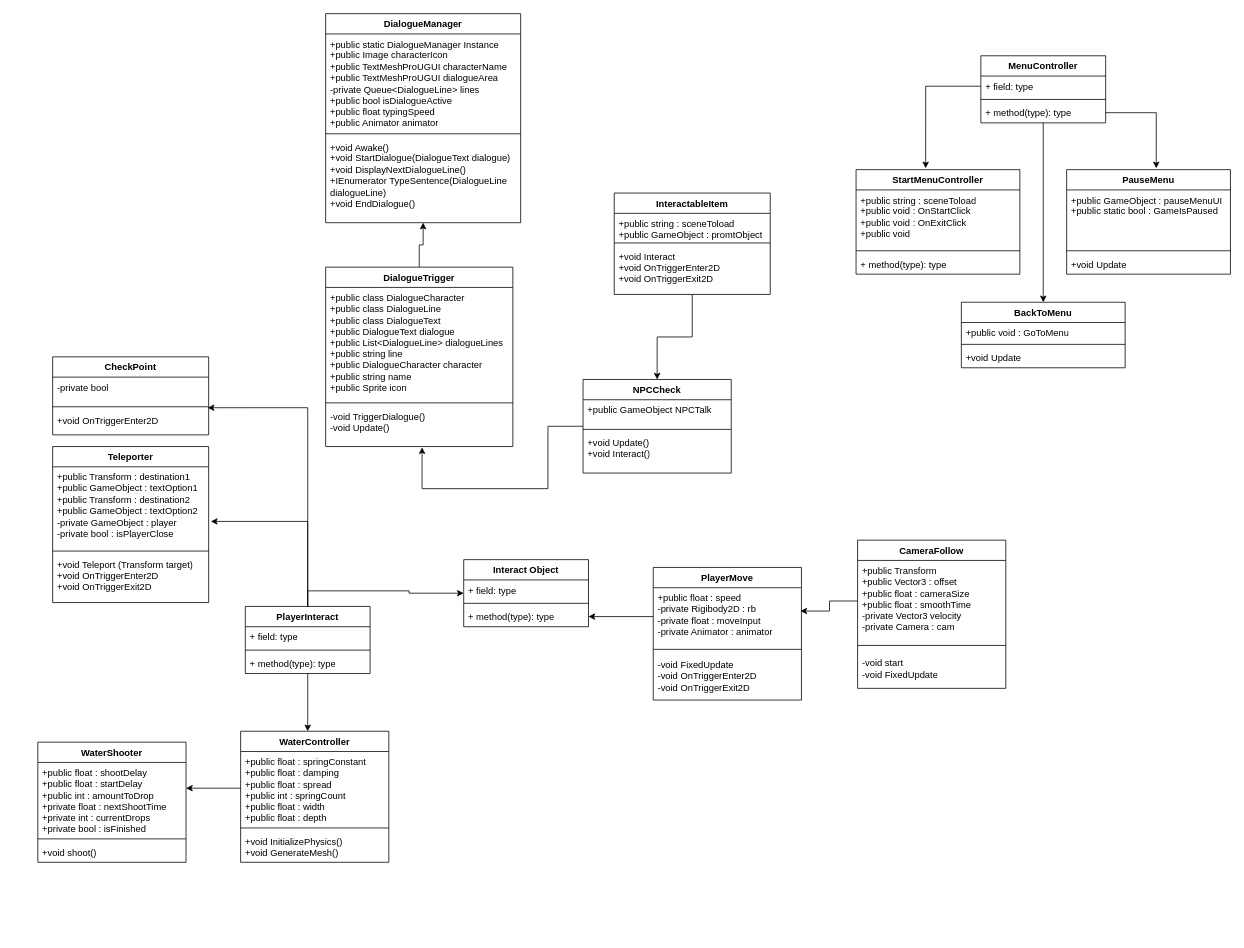
Earlier version of the draw.io diagram skibidi Diagram.drawio (Blindman2233/ForDiagram). Source tidied: cells renumbered, new cells numbered last; positions are measured from the earlier drawing's top-left corner, leaving out a move shared by most shapes. Both pictures are drawn from the tidied source at 78%, with x=0, y=0 at pixel (37, 13).
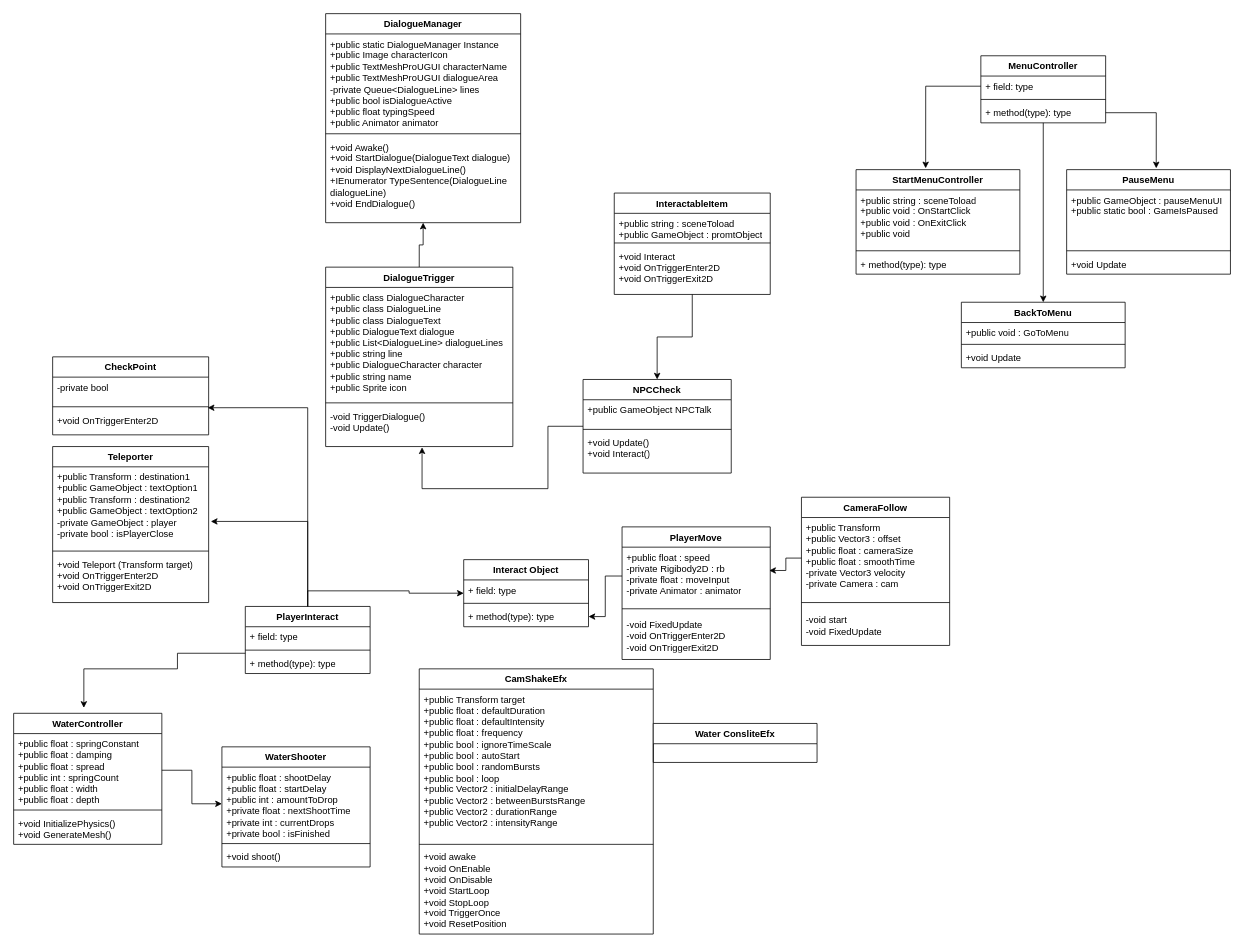
Above is the later version.

The change refers to these unchanged cells:
```xml
<mxCell id="3" value="+public float : shootDelay&lt;div&gt;+public float : startDelay&lt;/div&gt;&lt;div&gt;+public int : amountToDrop&lt;/div&gt;&lt;div&gt;+private float : nextShootTime&lt;/div&gt;&lt;div&gt;+private int : currentDrops&lt;/div&gt;&lt;div&gt;+private bool : isFinished&lt;/div&gt;" style="text;strokeColor=none;fillColor=none;align=left;verticalAlign=top;spacingLeft=4;spacingRight=4;overflow=hidden;points=[[0,0.5],[1,0.5]];portConstraint=eastwest;whiteSpace=wrap;html=1;" parent="2" vertex="1">
  <mxGeometry y="26" width="190" height="94" as="geometry" />
</mxCell>
<mxCell id="8" value="PlayerInteract" style="swimlane;fontStyle=1;align=center;verticalAlign=top;horizontal=1;startSize=26;whiteSpace=wrap;html=1;" parent="1" vertex="1">
  <mxGeometry x="266" y="760" width="160" height="86" as="geometry" />
</mxCell>
<mxCell id="21" value="&lt;div&gt;+public float : springConstant&amp;nbsp;&lt;/div&gt;&lt;div&gt;+public float : damping&amp;nbsp;&lt;/div&gt;&lt;div&gt;+public float : spread&amp;nbsp;&lt;/div&gt;&lt;div&gt;+public int : springCount&amp;nbsp;&lt;/div&gt;&lt;div&gt;+public float : width&amp;nbsp;&lt;/div&gt;&lt;div&gt;+public float : depth&amp;nbsp;&lt;/div&gt;" style="text;strokeColor=none;fillColor=none;align=left;verticalAlign=top;spacingLeft=4;spacingRight=4;overflow=hidden;points=[[0,0.5],[1,0.5]];portConstraint=eastwest;whiteSpace=wrap;html=1;" parent="20" vertex="1">
  <mxGeometry y="26" width="190" height="94" as="geometry" />
</mxCell>
```

Diff of the diagram source:
```diff
@@
     <mxCell id="2" value="WaterShooter" style="swimlane;fontStyle=1;align=center;verticalAlign=top;horizontal=1;startSize=26;whiteSpace=wrap;html=1;" parent="1" vertex="1">
-      <mxGeometry y="934" width="190" height="154" as="geometry" />
+      <mxGeometry x="236" y="940" width="190" height="154" as="geometry" />
     </mxCell>
@@
-    <mxCell id="7" style="edgeStyle=orthogonalEdgeStyle;rounded=0;jettySize=auto;html=1;" parent="1" edge="1" source="8" target="20">
+    <mxCell id="7" style="edgeStyle=orthogonalEdgeStyle;rounded=0;jettySize=auto;html=1;" parent="1" edge="1" source="8">
       <mxGeometry relative="1" as="geometry">
+        <mxPoint x="59" y="890" as="targetPoint" />
         <Array as="points">
-          <mxPoint x="346" y="920" />
-          <mxPoint x="346" y="920" />
+          <mxPoint x="179" y="820" />
+          <mxPoint x="179" y="840" />
+          <mxPoint x="59" y="840" />
         </Array>
       </mxGeometry>
     </mxCell>
@@
     <mxCell id="20" value="WaterController" style="swimlane;fontStyle=1;align=center;verticalAlign=top;horizontal=1;startSize=26;whiteSpace=wrap;html=1;" parent="1" vertex="1">
-      <mxGeometry x="260" y="920" width="190" height="168" as="geometry" />
+      <mxGeometry x="-31" y="897" width="190" height="168" as="geometry" />
     </mxCell>
@@
-    <mxCell id="24" style="edgeStyle=orthogonalEdgeStyle;rounded=0;jettySize=auto;html=1;entryX=1;entryY=0.351;entryDx=0;entryDy=0;entryPerimeter=0;" parent="1" edge="1" source="21" target="3">
-      <mxGeometry relative="1" as="geometry" />
-    </mxCell>
@@
     <mxCell id="30" value="PlayerMove" style="swimlane;fontStyle=1;align=center;verticalAlign=top;horizontal=1;startSize=26;whiteSpace=wrap;html=1;" parent="1" vertex="1">
-      <mxGeometry x="789" y="710" width="190" height="170" as="geometry" />
+      <mxGeometry x="749" y="658" width="190" height="170" as="geometry" />
     </mxCell>
@@
     <mxCell id="47" value="CameraFollow" style="swimlane;fontStyle=1;align=center;verticalAlign=top;horizontal=1;startSize=26;whiteSpace=wrap;html=1;" parent="1" vertex="1">
-      <mxGeometry x="1051" y="675" width="190" height="190" as="geometry" />
+      <mxGeometry x="979" y="620" width="190" height="190" as="geometry" />
     </mxCell>
@@
+    <mxCell id="24" style="edgeStyle=orthogonalEdgeStyle;rounded=0;jettySize=auto;html=1;" parent="1" edge="1" source="21" target="3">
+      <mxGeometry relative="1" as="geometry" />
+    </mxCell>
+    <mxCell id="79" value="CamShakeEfx" style="swimlane;fontStyle=1;align=center;verticalAlign=top;horizontal=1;startSize=26;whiteSpace=wrap;html=1;" parent="1" vertex="1">
+      <mxGeometry x="489" y="840" width="300" height="340" as="geometry" />
+    </mxCell>
+    <mxCell id="80" value="&lt;div&gt;+public Transform target&lt;/div&gt;&lt;div&gt;+public float : defaultDuration&lt;/div&gt;&lt;div&gt;+public float : defaultIntensity&amp;nbsp;&lt;/div&gt;&lt;div&gt;+public float : frequency&amp;nbsp;&lt;/div&gt;&lt;div&gt;+public bool : ignoreTimeScale&lt;/div&gt;&lt;div&gt;+public bool : autoStart&amp;nbsp;&lt;/div&gt;&lt;div&gt;&lt;span style=&quot;background-color: transparent; color: light-dark(rgb(0, 0, 0), rgb(255, 255, 255));&quot;&gt;+public bool : randomBursts&amp;nbsp;&lt;/span&gt;&lt;/div&gt;&lt;div&gt;+public bool : loop&amp;nbsp;&lt;/div&gt;&lt;div&gt;+public Vector2 : initialDelayRange&amp;nbsp;&lt;/div&gt;&lt;div&gt;+public Vector2 : betweenBurstsRange&amp;nbsp;&lt;/div&gt;&lt;div&gt;+public Vector2 : durationRange&amp;nbsp;&lt;/div&gt;&lt;div&gt;+public Vector2 : intensityRange&lt;/div&gt;" style="text;strokeColor=none;fillColor=none;align=left;verticalAlign=top;spacingLeft=4;spacingRight=4;overflow=hidden;whiteSpace=wrap;html=1;" parent="79" vertex="1">
+      <mxGeometry y="26" width="300" height="194" as="geometry" />
+    </mxCell>
+    <mxCell id="81" style="line;strokeWidth=1;fillColor=none;align=left;verticalAlign=middle;spacingTop=-1;spacingLeft=3;spacingRight=3;labelPosition=right;strokeColor=inherit;" parent="79" vertex="1">
+      <mxGeometry y="220" width="300" height="10" as="geometry" />
+    </mxCell>
+    <mxCell id="82" value="+void awake&lt;div&gt;+void OnEnable&lt;br&gt;+void OnDisable&lt;/div&gt;&lt;div&gt;+void StartLoop&lt;/div&gt;&lt;div&gt;+void StopLoop&lt;/div&gt;&lt;div&gt;+void TriggerOnce&lt;/div&gt;&lt;div&gt;+void ResetPosition&lt;/div&gt;" style="text;strokeColor=none;fillColor=none;align=left;verticalAlign=middle;spacingLeft=4;spacingRight=4;overflow=hidden;whiteSpace=wrap;html=1;" parent="79" vertex="1">
+      <mxGeometry y="230" width="300" height="110" as="geometry" />
+    </mxCell>
+    <mxCell id="83" value="Water ConsliteEfx" style="swimlane;fontStyle=1;align=center;verticalAlign=top;horizontal=1;startSize=26;whiteSpace=wrap;html=1;" parent="1" vertex="1">
+      <mxGeometry x="789" y="910" width="210" height="50" as="geometry" />
+    </mxCell>
```
